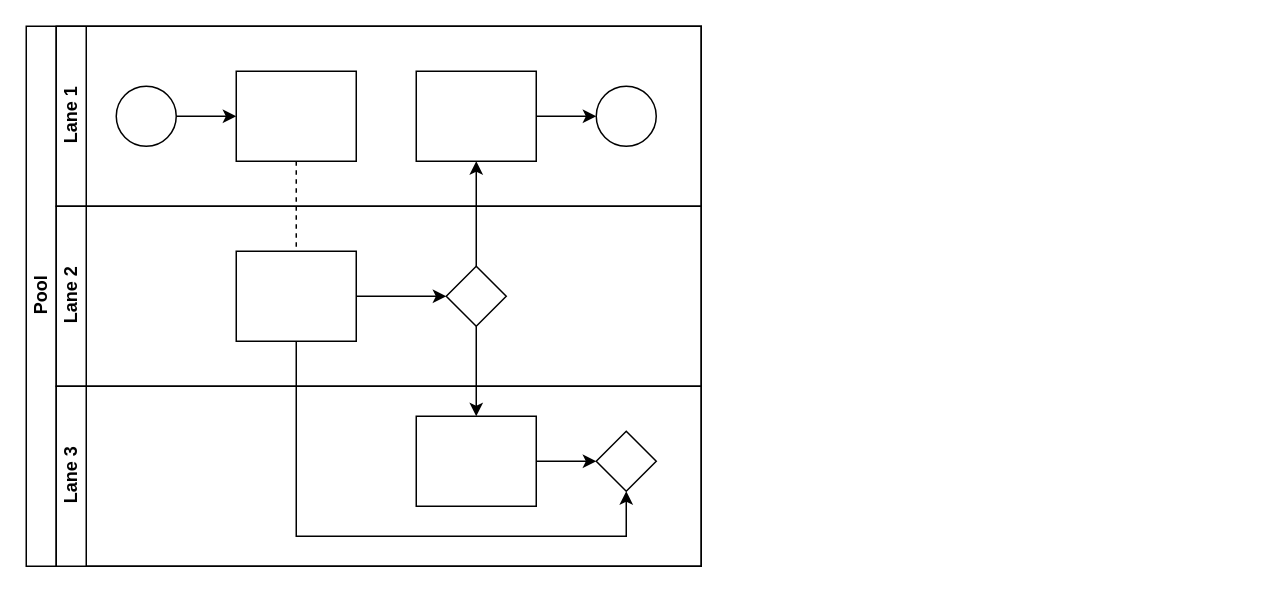
jiahuilong/draw keeps this draw.io diagram as olm/未命名绘图.drawio. Above is the earlier version. Source tidied: cells renumbered, new cells numbered last; positions are measured from the earlier drawing's top-left corner, leaving out a move shared by most shapes. Both pictures are drawn from the tidied source at 150%, with x=0, y=0 at pixel (26, 26).
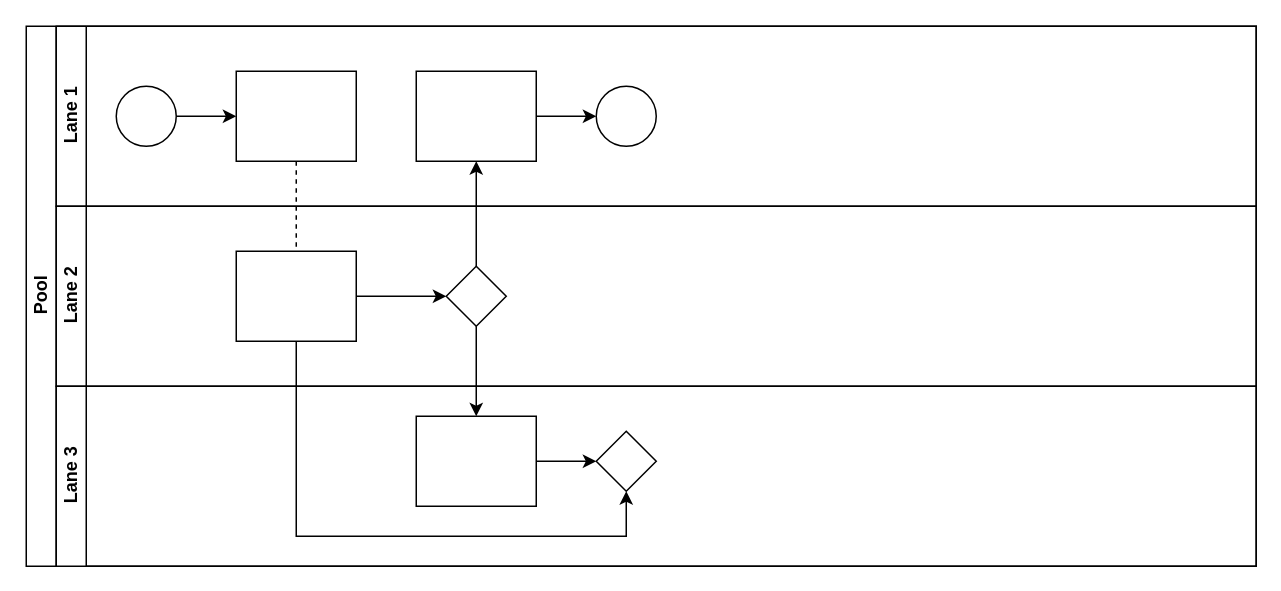
After the change.

Diff of the diagram source:
```diff
@@
-    <mxCell id="2" value="Pool" style="swimlane;html=1;horizontal=0;startSize=20;" parent="1" vertex="1">
-      <mxGeometry width="450" height="360" as="geometry" />
+    <mxCell id="2" value="Pool" style="swimlane;html=1;horizontal=0;startSize=20;direction=east;" parent="1" vertex="1">
+      <mxGeometry width="820" height="360" as="geometry" />
     </mxCell>
@@
     <mxCell id="7" value="Lane 1" style="swimlane;html=1;startSize=20;horizontal=0;" parent="2" vertex="1">
-      <mxGeometry x="20" width="430" height="120" as="geometry" />
+      <mxGeometry x="20" width="800" height="120" as="geometry" />
     </mxCell>
@@
     <mxCell id="14" value="Lane 2" style="swimlane;html=1;startSize=20;horizontal=0;" parent="2" vertex="1">
-      <mxGeometry x="20" y="120" width="430" height="120" as="geometry" />
+      <mxGeometry x="20" y="120" width="800" height="120" as="geometry" />
     </mxCell>
@@
     <mxCell id="18" value="Lane 3" style="swimlane;html=1;startSize=20;horizontal=0;" parent="2" vertex="1">
-      <mxGeometry x="20" y="240" width="430" height="120" as="geometry" />
+      <mxGeometry x="20" y="240" width="800" height="120" as="geometry" />
     </mxCell>
```
